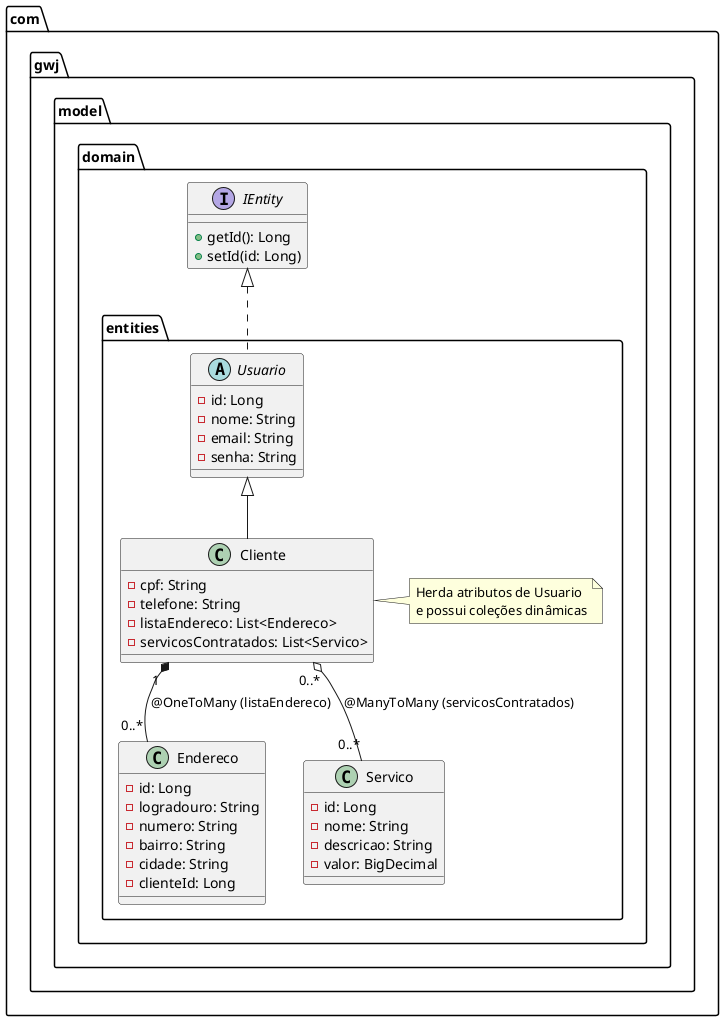
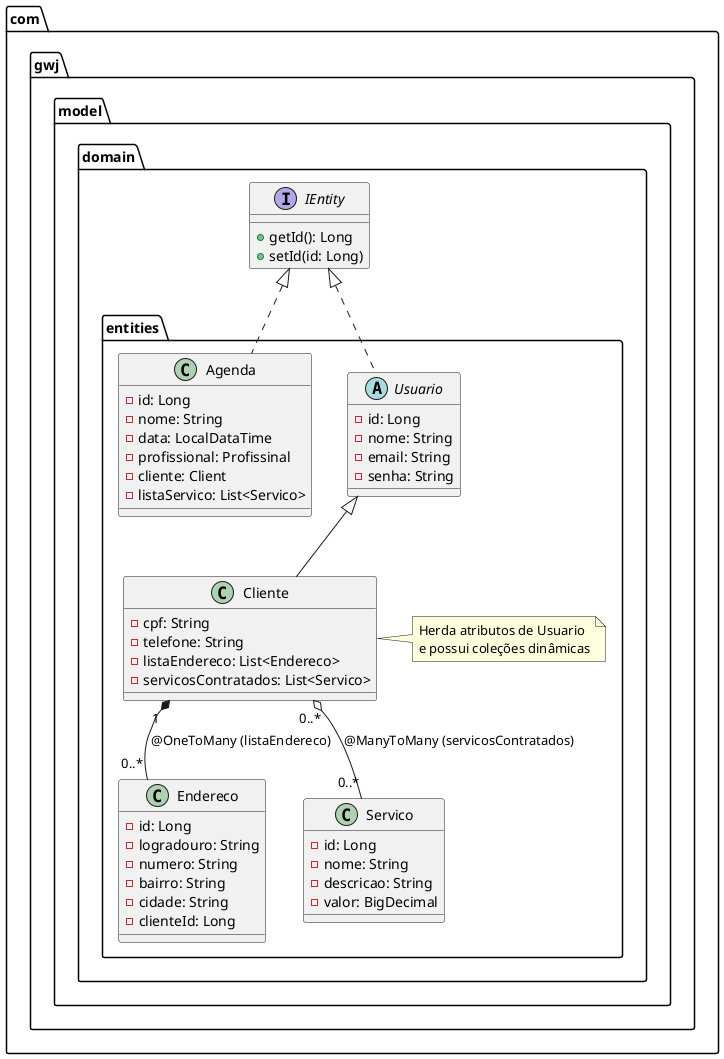
' Diagrama focado exclusivamente na camada de Domínio.
' Este diagrama destaca a hierarquia de herança (como Cliente estendendo Usuario) e as associações (1:N e N:N) que o DataAccessObject processa dinamicamente através de Reflection e das anotações do Jakarta Persistence.
' O que este diagrama representa:
' * Herança (Joined Table): A seta vazia de Cliente para Usuario indica que no banco de dados os dados são divididos, mas no Java, um objeto Cliente possui todos os campos de ambas as tabelas.
' * Interface IEntity: Garante que todas as suas classes de domínio possuam o contrato básico (id) necessário para o funcionamento do DataAccessObject genérico.
' * Composição (1:N): A relação com Endereco mostra como o sistema lida com chaves estrangeiras (cliente_id na tabela de endereços).
' * Agregação (N:N): A relação com Servico representa as tabelas de ligação (ex: table_cliente_servico) que o DAO gerencia automaticamente.
' Este modelo é a base que permite que todo o restante do código (Controller, Factory, Mapper) funcione de forma tão enxuta e dinâmica!

@startuml
package com.gwj.model.domain {
    interface IEntity {
        +getId(): Long
        +setId(id: Long)
    }

    package entities {
+         class Agenda{
+             -id: Long
+             -nome: String
+             -data: LocalDataTime
+             -profissional: Profissinal
+             -cliente: Client
+             -listaServico: List<Servico>
+         }
        abstract class Usuario {
            -id: Long
            -nome: String
            -email: String
            -senha: String
        }

        class Cliente {
            -cpf: String
            -telefone: String
            -listaEndereco: List<Endereco>
            -servicosContratados: List<Servico>
        }

        class Endereco {
            -id: Long
            -logradouro: String
            -numero: String
            -bairro: String
            -cidade: String
            -clienteId: Long
        }

        class Servico {
            -id: Long
            -nome: String
            -descricao: String
            -valor: BigDecimal
        }

        note right of Cliente : Herda atributos de Usuario\ne possui coleções dinâmicas
    }
}

' Relacionamentos de Herança e Interface
+ IEntity <|.. Agenda
IEntity <|.. Usuario
Usuario <|-- Cliente

' Relacionamentos de Associação
Cliente "1" *-- "0..*" Endereco : @OneToMany (listaEndereco)
Cliente "0..*" o-- "0..*" Servico : @ManyToMany (servicosContratados)

@enduml
